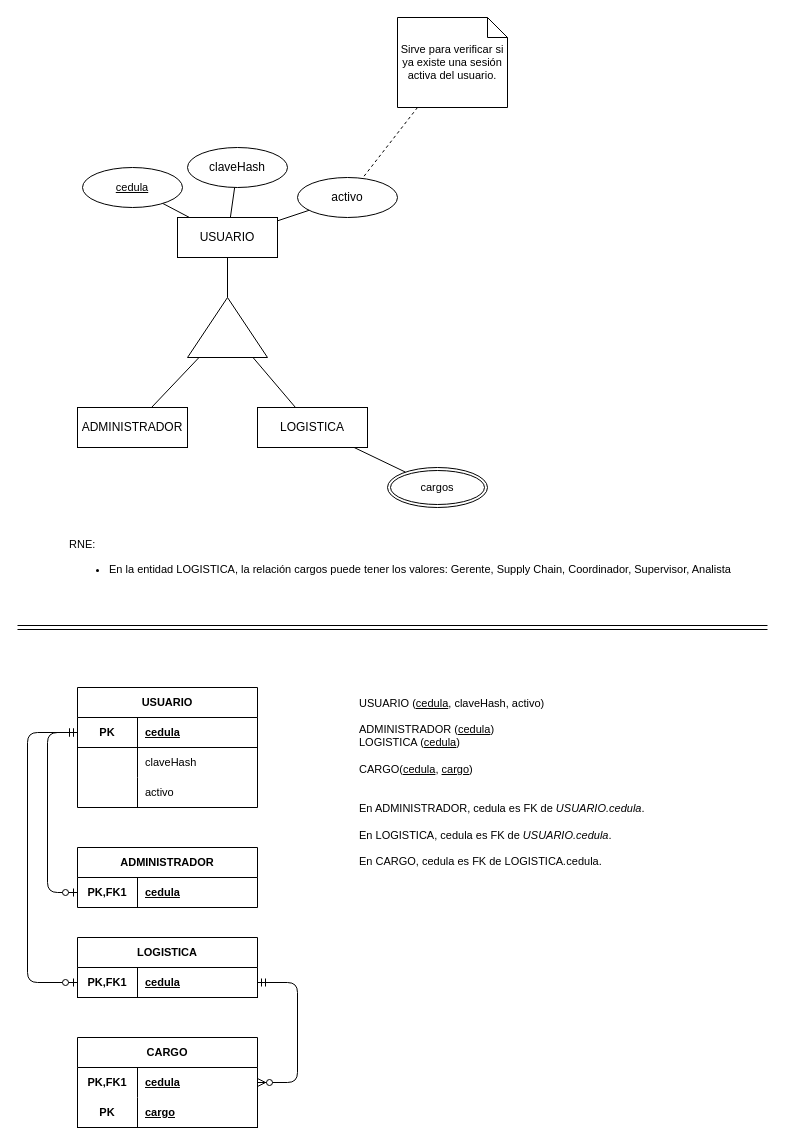
Earlier version of the draw.io diagram docs/persistencia/login.drawio (sideW-Nico/sistema-elvis-tek). Source tidied: cells renumbered, new cells numbered last; positions are measured from the earlier drawing's top-left corner, leaving out a move shared by most shapes. Both pictures are drawn from the tidied source at 100%, with x=0, y=0 at pixel (17, 17).
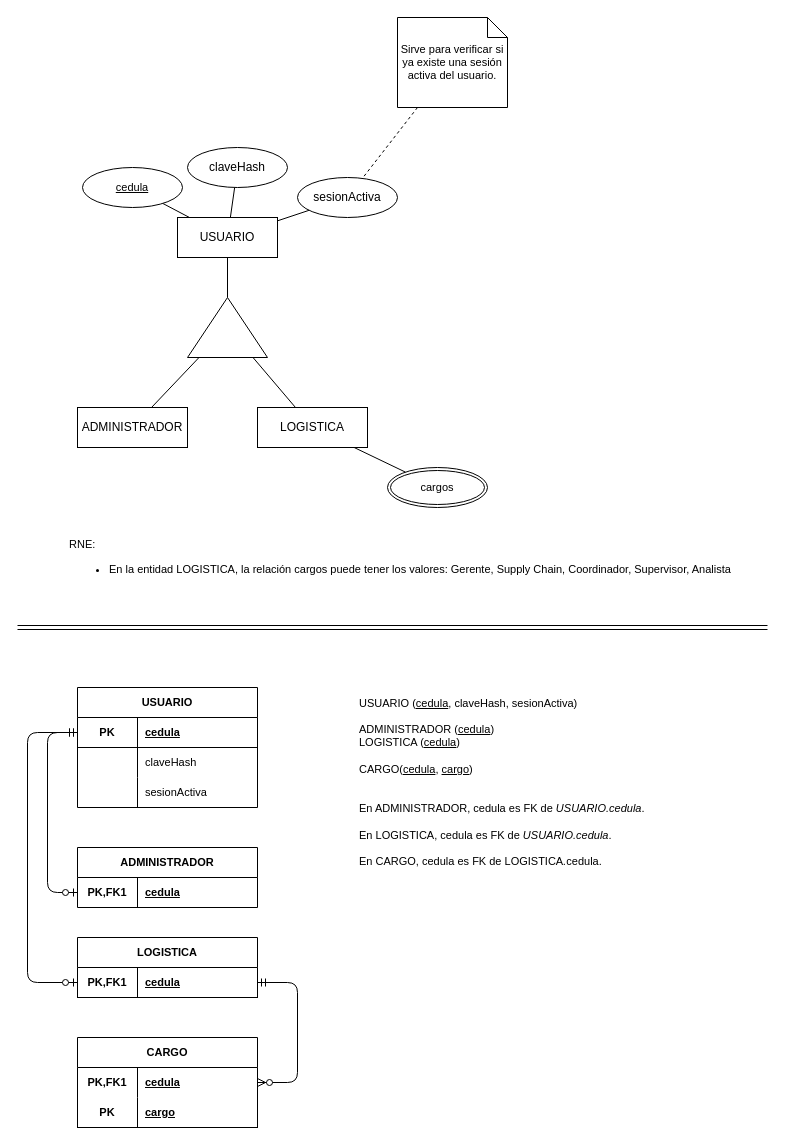
The same diagram, later.

The change refers to these unchanged cells:
```xml
<mxCell id="29" style="shape=tableRow;horizontal=0;startSize=0;swimlaneHead=0;swimlaneBody=0;fillColor=none;top=0;left=0;right=0;bottom=0;html=1;fontFamily=Helvetica;fontSize=11;fontColor=default;labelBackgroundColor=default;" parent="22" vertex="1">
  <mxGeometry y="90" width="180" height="30" as="geometry" />
</mxCell>
```

Change to the diagram source:
```diff
@@
-    <mxCell id="16" value="activo" style="ellipse;whiteSpace=wrap;html=1;align=center;" parent="1" vertex="1">
+    <mxCell id="16" value="sesionActiva" style="ellipse;whiteSpace=wrap;html=1;align=center;" parent="1" vertex="1">
       <mxGeometry x="280" y="160" width="100" height="40" as="geometry" />
     </mxCell>
@@
-    <mxCell id="19" value="&lt;font style=&quot;&quot;&gt;USUARIO (&lt;u&gt;cedula&lt;/u&gt;, claveHash, activo)&lt;/font&gt;&lt;div&gt;&lt;font style=&quot;&quot;&gt;&lt;br&gt;&lt;/font&gt;&lt;/div&gt;&lt;div&gt;&lt;font style=&quot;&quot;&gt;ADMINISTRADOR (&lt;u&gt;cedula&lt;/u&gt;)&lt;/font&gt;&lt;/div&gt;&lt;div&gt;&lt;font style=&quot;&quot;&gt;&lt;span style=&quot;&quot;&gt;LOGISTICA (&lt;/span&gt;&lt;u style=&quot;scrollbar-color: rgb(75, 75, 75) rgb(27, 29, 30);&quot;&gt;cedula&lt;/u&gt;&lt;span style=&quot;&quot;&gt;)&lt;/span&gt;&lt;/font&gt;&lt;/div&gt;&lt;div&gt;&lt;font style=&quot;&quot;&gt;&lt;span style=&quot;&quot;&gt;&lt;br&gt;&lt;/span&gt;&lt;/font&gt;&lt;/div&gt;&lt;div&gt;&lt;font style=&quot;&quot;&gt;CARGO(&lt;u&gt;cedula&lt;/u&gt;, &lt;u&gt;cargo&lt;/u&gt;)&lt;/font&gt;&lt;/div&gt;&lt;div&gt;&lt;br&gt;&lt;/div&gt;&lt;div&gt;&lt;font style=&quot;&quot;&gt;&lt;br&gt;&lt;/font&gt;&lt;/div&gt;&lt;div&gt;&lt;font style=&quot;&quot;&gt;En ADMINISTRADOR, cedula es FK de &lt;i&gt;USUARIO.cedula&lt;/i&gt;.&lt;/font&gt;&lt;/div&gt;&lt;div&gt;&lt;font style=&quot;&quot;&gt;&lt;br&gt;&lt;/font&gt;&lt;/div&gt;&lt;div&gt;&lt;font style=&quot;&quot;&gt;&lt;span style=&quot;&quot;&gt;En LOGISTICA, cedula es FK de &lt;/span&gt;&lt;i style=&quot;scrollbar-color: rgb(75, 75, 75) rgb(27, 29, 30);&quot;&gt;USUARIO.cedula&lt;/i&gt;&lt;span style=&quot;&quot;&gt;.&lt;/span&gt;&lt;/font&gt;&lt;/div&gt;&lt;div&gt;&lt;font style=&quot;&quot;&gt;&lt;span style=&quot;&quot;&gt;&lt;br&gt;&lt;/span&gt;&lt;/font&gt;&lt;/div&gt;&lt;div&gt;&lt;font style=&quot;&quot;&gt;&lt;span style=&quot;scrollbar-color: rgb(75, 75, 75) rgb(27, 29, 30);&quot;&gt;En CARGO,&amp;nbsp;&lt;span style=&quot;&quot;&gt;cedula &lt;/span&gt;es FK de&amp;nbsp;&lt;/span&gt;&lt;i style=&quot;scrollbar-color: rgb(75, 75, 75) rgb(27, 29, 30);&quot;&gt;&lt;span style=&quot;font-style: normal;&quot;&gt;LOGISTICA&lt;/span&gt;.&lt;/i&gt;&lt;span style=&quot;scrollbar-color: rgb(75, 75, 75) rgb(27, 29, 30);&quot;&gt;&lt;span style=&quot;&quot;&gt;cedula&lt;/span&gt;.&lt;/span&gt;&lt;span style=&quot;&quot;&gt;&lt;/span&gt;&lt;/font&gt;&lt;/div&gt;" style="text;html=1;align=left;verticalAlign=middle;strokeColor=none;fillColor=none;fontFamily=Helvetica;fontSize=11;fontColor=light-dark(#000000,#FFFFFF);labelBackgroundColor=default;" parent="1" vertex="1">
+    <mxCell id="19" value="&lt;font style=&quot;&quot;&gt;USUARIO (&lt;u&gt;cedula&lt;/u&gt;, claveHash, sesionActiva)&lt;/font&gt;&lt;div&gt;&lt;font style=&quot;&quot;&gt;&lt;br&gt;&lt;/font&gt;&lt;/div&gt;&lt;div&gt;&lt;font style=&quot;&quot;&gt;ADMINISTRADOR (&lt;u&gt;cedula&lt;/u&gt;)&lt;/font&gt;&lt;/div&gt;&lt;div&gt;&lt;font style=&quot;&quot;&gt;&lt;span style=&quot;&quot;&gt;LOGISTICA (&lt;/span&gt;&lt;u style=&quot;scrollbar-color: rgb(75, 75, 75) rgb(27, 29, 30);&quot;&gt;cedula&lt;/u&gt;&lt;span style=&quot;&quot;&gt;)&lt;/span&gt;&lt;/font&gt;&lt;/div&gt;&lt;div&gt;&lt;font style=&quot;&quot;&gt;&lt;span style=&quot;&quot;&gt;&lt;br&gt;&lt;/span&gt;&lt;/font&gt;&lt;/div&gt;&lt;div&gt;&lt;font style=&quot;&quot;&gt;CARGO(&lt;u&gt;cedula&lt;/u&gt;, &lt;u&gt;cargo&lt;/u&gt;)&lt;/font&gt;&lt;/div&gt;&lt;div&gt;&lt;br&gt;&lt;/div&gt;&lt;div&gt;&lt;font style=&quot;&quot;&gt;&lt;br&gt;&lt;/font&gt;&lt;/div&gt;&lt;div&gt;&lt;font style=&quot;&quot;&gt;En ADMINISTRADOR, cedula es FK de &lt;i&gt;USUARIO.cedula&lt;/i&gt;.&lt;/font&gt;&lt;/div&gt;&lt;div&gt;&lt;font style=&quot;&quot;&gt;&lt;br&gt;&lt;/font&gt;&lt;/div&gt;&lt;div&gt;&lt;font style=&quot;&quot;&gt;&lt;span style=&quot;&quot;&gt;En LOGISTICA, cedula es FK de &lt;/span&gt;&lt;i style=&quot;scrollbar-color: rgb(75, 75, 75) rgb(27, 29, 30);&quot;&gt;USUARIO.cedula&lt;/i&gt;&lt;span style=&quot;&quot;&gt;.&lt;/span&gt;&lt;/font&gt;&lt;/div&gt;&lt;div&gt;&lt;font style=&quot;&quot;&gt;&lt;span style=&quot;&quot;&gt;&lt;br&gt;&lt;/span&gt;&lt;/font&gt;&lt;/div&gt;&lt;div&gt;&lt;font style=&quot;&quot;&gt;&lt;span style=&quot;scrollbar-color: rgb(75, 75, 75) rgb(27, 29, 30);&quot;&gt;En CARGO,&amp;nbsp;&lt;span style=&quot;&quot;&gt;cedula &lt;/span&gt;es FK de&amp;nbsp;&lt;/span&gt;&lt;i style=&quot;scrollbar-color: rgb(75, 75, 75) rgb(27, 29, 30);&quot;&gt;&lt;span style=&quot;font-style: normal;&quot;&gt;LOGISTICA&lt;/span&gt;.&lt;/i&gt;&lt;span style=&quot;scrollbar-color: rgb(75, 75, 75) rgb(27, 29, 30);&quot;&gt;&lt;span style=&quot;&quot;&gt;cedula&lt;/span&gt;.&lt;/span&gt;&lt;span style=&quot;&quot;&gt;&lt;/span&gt;&lt;/font&gt;&lt;/div&gt;" style="text;html=1;align=left;verticalAlign=middle;strokeColor=none;fillColor=none;fontFamily=Helvetica;fontSize=11;fontColor=light-dark(#000000,#FFFFFF);labelBackgroundColor=default;" parent="1" vertex="1">
       <mxGeometry x="340" y="670" width="310" height="190" as="geometry" />
     </mxCell>
@@
-    <mxCell id="31" value="activo" style="shape=partialRectangle;fillColor=none;top=0;left=0;bottom=0;right=0;align=left;spacingLeft=6;overflow=hidden;html=1;whiteSpace=wrap;fontFamily=Helvetica;fontSize=11;fontColor=default;labelBackgroundColor=default;" parent="29" vertex="1">
+    <mxCell id="31" value="sesionActiva" style="shape=partialRectangle;fillColor=none;top=0;left=0;bottom=0;right=0;align=left;spacingLeft=6;overflow=hidden;html=1;whiteSpace=wrap;fontFamily=Helvetica;fontSize=11;fontColor=default;labelBackgroundColor=default;" parent="29" vertex="1">
       <mxGeometry x="60" width="120" height="30" as="geometry" />
     </mxCell>
```
